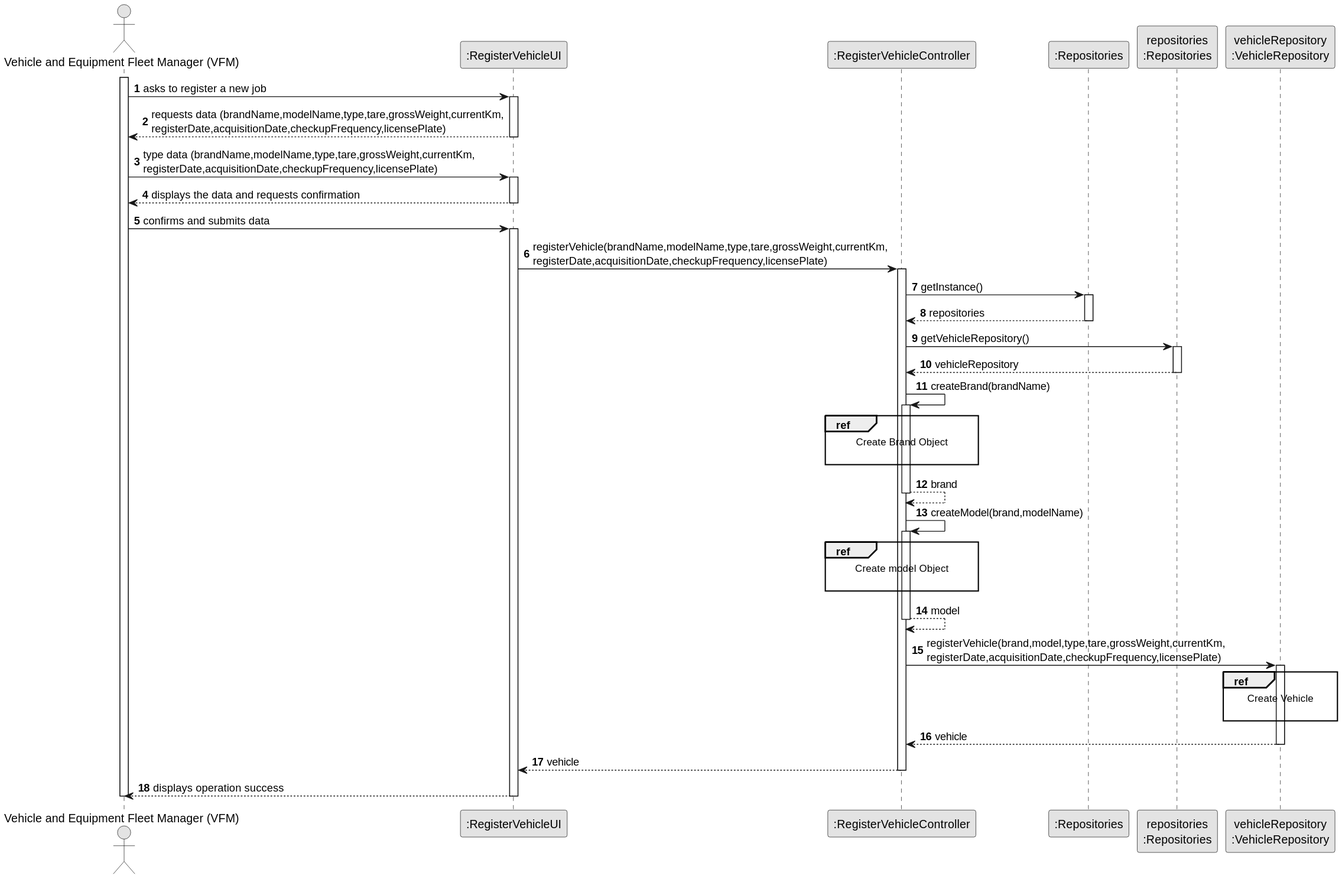
Earlier version of the PlantUML export docs/sprint2/us06/03.design/svg/us06-sequence-diagram.svg (Departamento-de-Engenharia-Informatica/lei-24-s2-1db-g022). Source of this version:
```plantuml
@startuml
skinparam monochrome true
skinparam packageStyle rectangle
skinparam shadowing false

autonumber

actor "Vehicle and Equipment Fleet Manager (VFM)" as VFM
participant ":RegisterVehicleUI" as UI
participant ":RegisterVehicleController" as CTRL
participant ":Repositories" as RepositorySingleton
participant "repositories\n:Repositories" as PLAT
participant "vehicleRepository\n:VehicleRepository" as VR

activate VFM

        VFM -> UI : asks to register a new job
    activate UI

        UI --> VFM : requests data (brandName,modelName,type,tare,grossWeight,currentKm,\nregisterDate,acquisitionDate,checkupFrequency,licensePlate)
    deactivate UI

        VFM->UI: type data (brandName,modelName,type,tare,grossWeight,currentKm,\nregisterDate,acquisitionDate,checkupFrequency,licensePlate)

    activate UI

        UI --> VFM : displays the data and requests confirmation

    deactivate UI

        VFM -> UI : confirms and submits data
            activate UI

        UI -> CTRL : registerVehicle(brandName,modelName,type,tare,grossWeight,currentKm,\nregisterDate,acquisitionDate,checkupFrequency,licensePlate)

            activate CTRL

        CTRL -> RepositorySingleton : getInstance()
                        activate RepositorySingleton

                            RepositorySingleton --> CTRL: repositories
                        deactivate RepositorySingleton

                        CTRL -> PLAT: getVehicleRepository()
                        activate PLAT

                        PLAT --> CTRL: vehicleRepository
                        deactivate PLAT

             CTRL -> CTRL : createBrand(brandName)
            activate CTRL

                ref over CTRL
                    Create Brand Object

                end ref

                CTRL --> CTRL : brand
            deactivate CTRL

            CTRL -> CTRL : createModel(brand,modelName)
            activate CTRL

                ref over CTRL
                    Create model Object

                end ref
                CTRL --> CTRL : model
            deactivate CTRL


                CTRL -> VR : registerVehicle(brand,model,type,tare,grossWeight,currentKm,\nregisterDate,acquisitionDate,checkupFrequency,licensePlate)

            activate VR

                        ref over VR
                            Create Vehicle

                        end ref
            VR --> CTRL : vehicle

            deactivate VR

            CTRL --> UI: vehicle
        deactivate CTRL

        UI --> VFM : displays operation success
    deactivate UI

deactivate VFM
@enduml
```
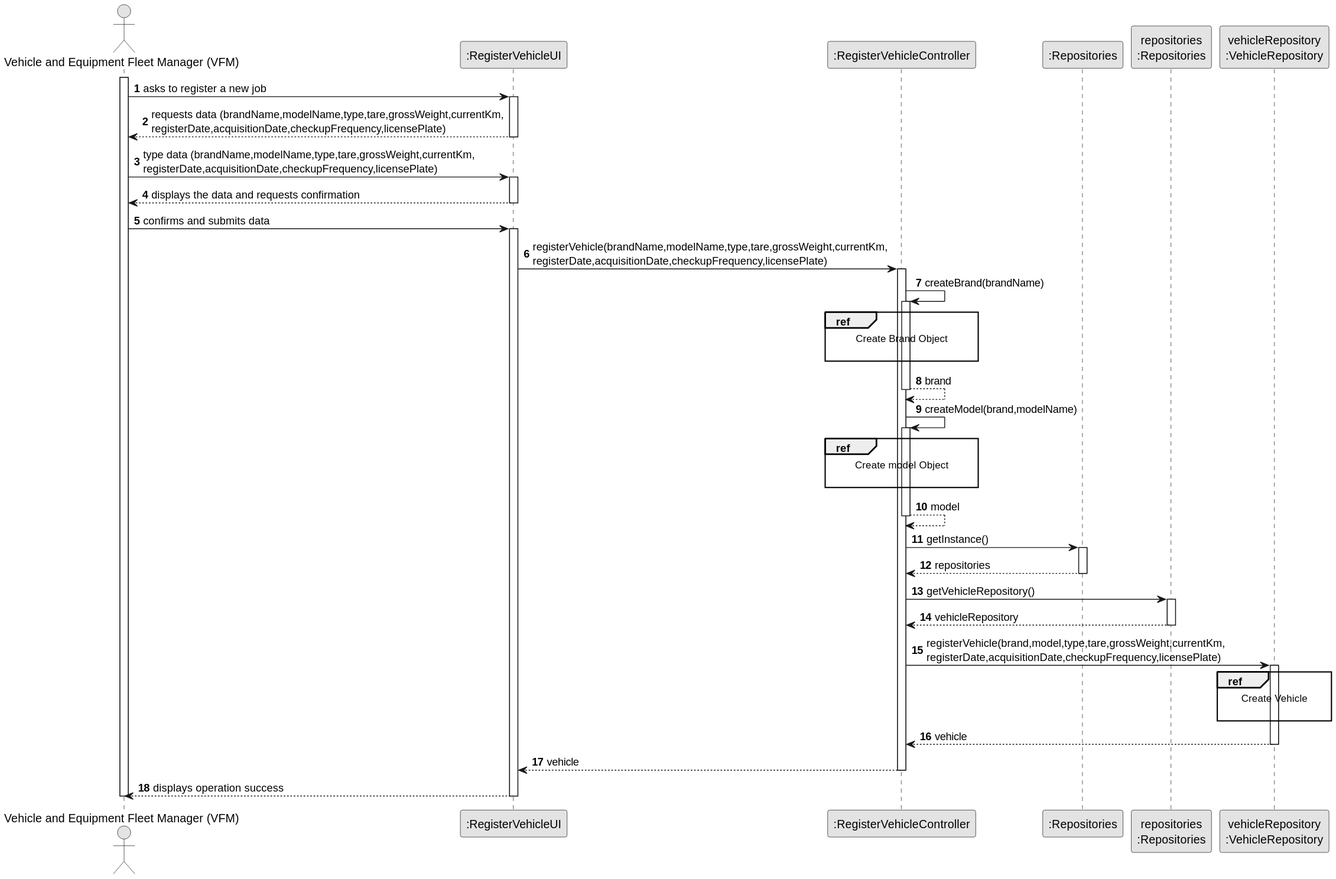
The same diagram one commit later.

Commit message:
rectification of US06 sequence diagram

What changed in the source:
```diff
@@ -35,18 +35,6 @@
 
             activate CTRL
 
-        CTRL -> RepositorySingleton : getInstance()
-                        activate RepositorySingleton
-
-                            RepositorySingleton --> CTRL: repositories
-                        deactivate RepositorySingleton
-
-                        CTRL -> PLAT: getVehicleRepository()
-                        activate PLAT
-
-                        PLAT --> CTRL: vehicleRepository
-                        deactivate PLAT
-
              CTRL -> CTRL : createBrand(brandName)
             activate CTRL
 
@@ -67,6 +55,19 @@
                 end ref
                 CTRL --> CTRL : model
             deactivate CTRL
+
+                    CTRL -> RepositorySingleton : getInstance()
+                                    activate RepositorySingleton
+
+                                        RepositorySingleton --> CTRL: repositories
+                                    deactivate RepositorySingleton
+
+                                    CTRL -> PLAT: getVehicleRepository()
+                                    activate PLAT
+
+                                    PLAT --> CTRL: vehicleRepository
+                                    deactivate PLAT
+
 
 
                 CTRL -> VR : registerVehicle(brand,model,type,tare,grossWeight,currentKm,\nregisterDate,acquisitionDate,checkupFrequency,licensePlate)
```
